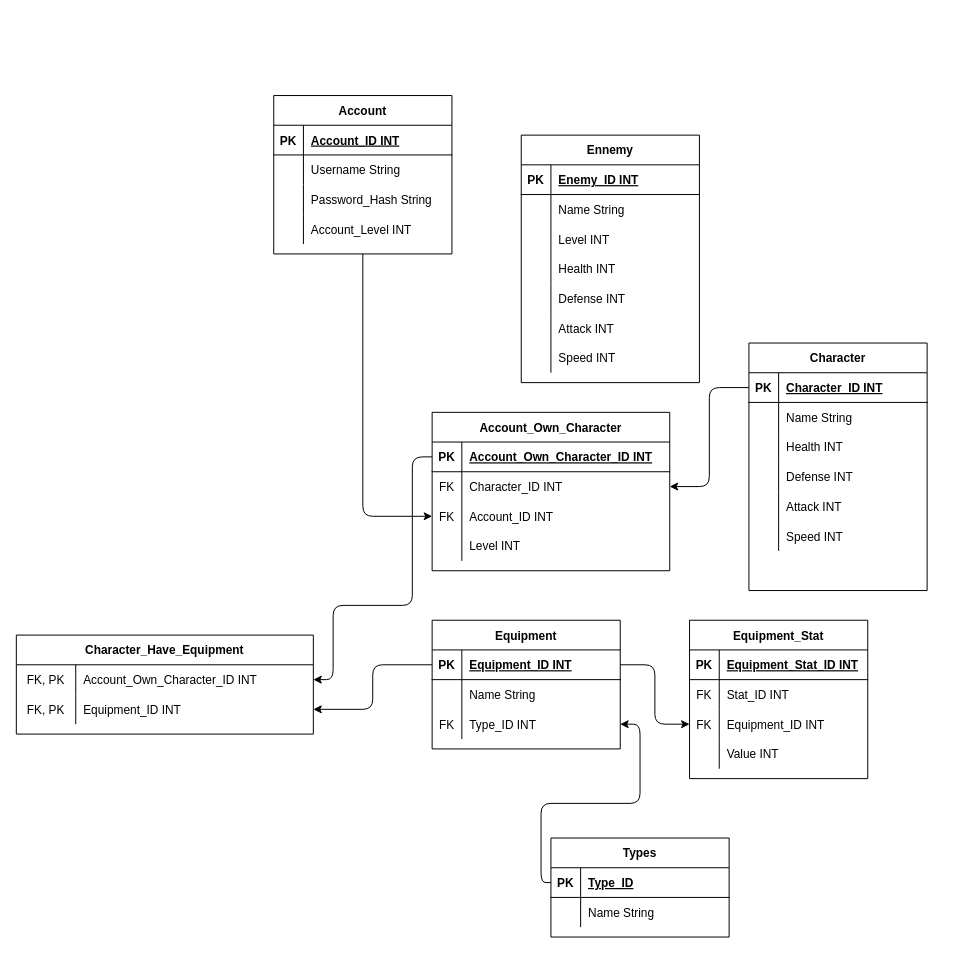
Earlier version of the draw.io diagram Documentation/MLD.drawio (Nomeos/Code-TimeRewind). Source tidied: cells renumbered, new cells numbered last; positions are measured from the earlier drawing's top-left corner, leaving out a move shared by most shapes. Both pictures are drawn from the tidied source at 99%, with x=0, y=0 at pixel (16, 95).
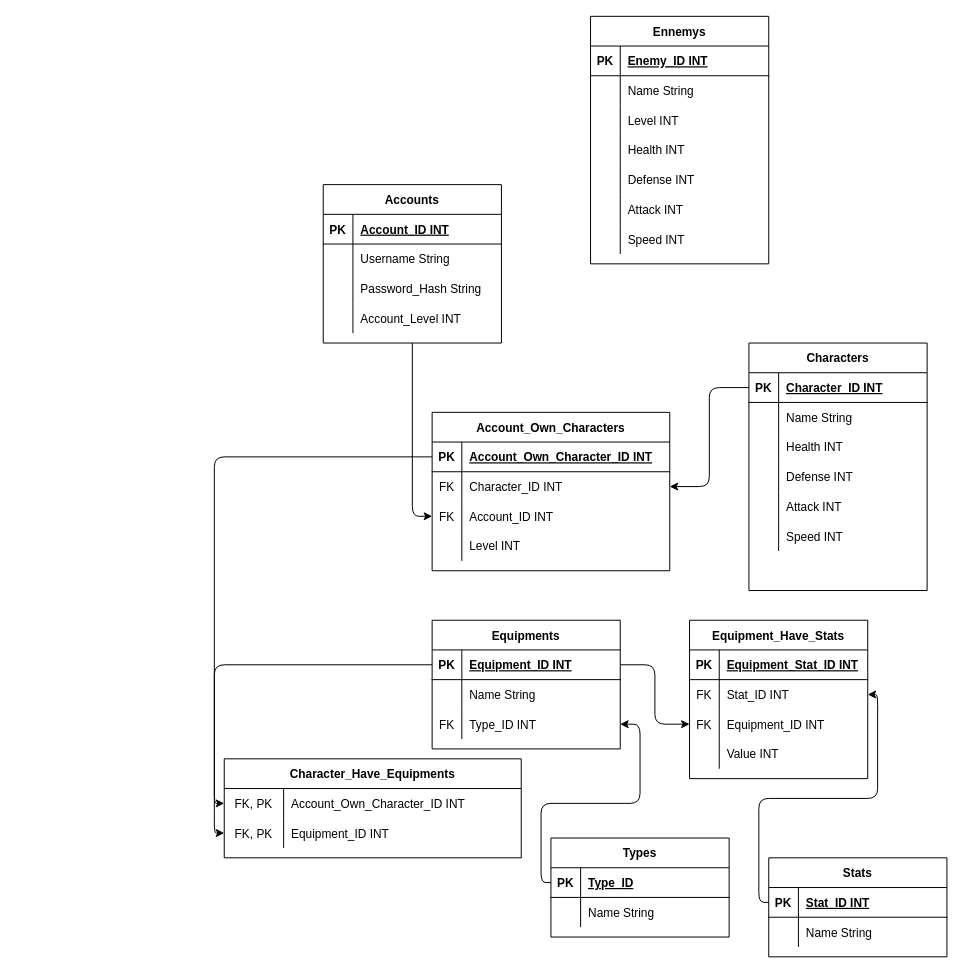
After the change.

Unchanged cells that the change refers to:
```xml
<mxCell id="57" style="shape=partialRectangle;fillColor=none;top=0;left=0;bottom=1;right=0;points=[[0,0.5],[1,0.5]];portConstraint=eastwest;" parent="56" vertex="1">
  <mxGeometry y="30" width="190" height="30" as="geometry" />
</mxCell>
<mxCell id="77" style="shape=partialRectangle;fillColor=none;top=0;left=0;bottom=0;right=0;points=[[0,0.5],[1,0.5]];portConstraint=eastwest;" parent="73" vertex="1">
  <mxGeometry y="60" width="180" height="30" as="geometry" />
</mxCell>
<mxCell id="90" style="shape=partialRectangle;fillColor=none;top=0;left=0;bottom=1;right=0;points=[[0,0.5],[1,0.5]];portConstraint=eastwest;" parent="89" vertex="1">
  <mxGeometry y="30" width="240" height="30" as="geometry" />
</mxCell>
<mxCell id="105" style="shape=partialRectangle;fillColor=none;top=0;left=0;bottom=0;right=0;points=[[0,0.5],[1,0.5]];portConstraint=eastwest;" parent="104" vertex="1">
  <mxGeometry y="30" width="300" height="30" as="geometry" />
</mxCell>
<mxCell id="108" style="shape=partialRectangle;fillColor=none;top=0;left=0;bottom=0;right=0;points=[[0,0.5],[1,0.5]];portConstraint=eastwest;" parent="104" vertex="1">
  <mxGeometry y="60" width="300" height="30" as="geometry" />
</mxCell>
```

Change to the diagram source:
```diff
@@
-    <mxCell id="2" value="Account" style="shape=table;startSize=30;childLayout=tableLayout;rowLines=0;fontStyle=1;align=center;" parent="1" vertex="1">
-      <mxGeometry x="260" width="180" height="160" as="geometry" />
+    <mxCell id="2" value="Accounts" style="shape=table;startSize=30;childLayout=tableLayout;rowLines=0;fontStyle=1;align=center;" parent="1" vertex="1">
+      <mxGeometry x="310" y="90" width="180" height="160" as="geometry" />
     </mxCell>
@@
-    <mxCell id="15" value="Character" style="shape=table;startSize=30;childLayout=tableLayout;rowLines=0;fontStyle=1;align=center;" parent="1" vertex="1">
+    <mxCell id="15" value="Characters" style="shape=table;startSize=30;childLayout=tableLayout;rowLines=0;fontStyle=1;align=center;" parent="1" vertex="1">
       <mxGeometry x="740" y="250" width="180" height="250" as="geometry" />
     </mxCell>
@@
-    <mxCell id="34" value="Ennemy" style="shape=table;startSize=30;childLayout=tableLayout;rowLines=0;fontStyle=1;align=center;" parent="1" vertex="1">
-      <mxGeometry x="510" y="40" width="180" height="250" as="geometry" />
+    <mxCell id="34" value="Ennemys" style="shape=table;startSize=30;childLayout=tableLayout;rowLines=0;fontStyle=1;align=center;" parent="1" vertex="1">
+      <mxGeometry x="580" y="-80" width="180" height="250" as="geometry" />
     </mxCell>
@@
-    <mxCell id="56" value="Equipment" style="shape=table;startSize=30;childLayout=tableLayout;rowLines=0;fontStyle=1;align=center;" parent="1" vertex="1">
+    <mxCell id="56" value="Equipments" style="shape=table;startSize=30;childLayout=tableLayout;rowLines=0;fontStyle=1;align=center;" parent="1" vertex="1">
       <mxGeometry x="420" y="530" width="190" height="130" as="geometry" />
     </mxCell>
@@
-    <mxCell id="73" value="Equipment_Stat" style="shape=table;startSize=30;childLayout=tableLayout;rowLines=0;fontStyle=1;align=center;" parent="1" vertex="1">
+    <mxCell id="73" value="Equipment_Have_Stats" style="shape=table;startSize=30;childLayout=tableLayout;rowLines=0;fontStyle=1;align=center;" parent="1" vertex="1">
       <mxGeometry x="680" y="530" width="180" height="160" as="geometry" />
     </mxCell>
@@
-    <mxCell id="88" style="endArrow=classic;html=1;entryX=1;entryY=0.5;entryDx=0;entryDy=0;edgeStyle=orthogonalEdgeStyle;exitX=0;exitY=0.5;exitDx=0;exitDy=0;" parent="1" edge="1" source="57" target="108">
-      <mxGeometry relative="1" as="geometry" />
-    </mxCell>
-    <mxCell id="89" value="Account_Own_Character" style="shape=table;startSize=30;childLayout=tableLayout;rowLines=0;fontStyle=1;align=center;" parent="1" vertex="1">
+    <mxCell id="89" value="Account_Own_Characters" style="shape=table;startSize=30;childLayout=tableLayout;rowLines=0;fontStyle=1;align=center;" parent="1" vertex="1">
       <mxGeometry x="420" y="320" width="240" height="160" as="geometry" />
     </mxCell>
@@
-    <mxCell id="104" value="Character_Have_Equipment" style="shape=table;startSize=30;childLayout=tableLayout;rowLines=0;fontStyle=1;align=center;" parent="1" vertex="1">
-      <mxGeometry y="545" width="300" height="100" as="geometry" />
+    <mxCell id="104" value="Character_Have_Equipments" style="shape=table;startSize=30;childLayout=tableLayout;rowLines=0;fontStyle=1;align=center;" parent="1" vertex="1">
+      <mxGeometry x="210" y="670" width="300" height="100" as="geometry" />
     </mxCell>
@@
-    <mxCell id="111" style="endArrow=classic;html=1;edgeStyle=orthogonalEdgeStyle;exitX=0;exitY=0.5;exitDx=0;exitDy=0;entryX=1;entryY=0.5;entryDx=0;entryDy=0;" parent="1" edge="1" source="90" target="105">
-      <mxGeometry relative="1" as="geometry">
-        <Array as="points">
-          <mxPoint x="400" y="365" />
-          <mxPoint x="400" y="515" />
-          <mxPoint x="320" y="515" />
-          <mxPoint x="320" y="590" />
-        </Array>
-      </mxGeometry>
-    </mxCell>
+    <mxCell id="112" value="Stats" style="shape=table;startSize=30;childLayout=tableLayout;rowLines=0;fontStyle=1;align=center;" parent="1" vertex="1">
+      <mxGeometry x="760" y="770" width="180" height="100" as="geometry" />
+    </mxCell>
+    <mxCell id="113" style="shape=partialRectangle;fillColor=none;top=0;left=0;bottom=1;right=0;points=[[0,0.5],[1,0.5]];portConstraint=eastwest;" parent="112" vertex="1">
+      <mxGeometry y="30" width="180" height="30" as="geometry" />
+    </mxCell>
+    <mxCell id="114" value="PK" style="shape=partialRectangle;fillColor=none;top=0;left=0;bottom=0;right=0;fontStyle=1;overflow=hidden;" parent="113" vertex="1">
+      <mxGeometry width="30" height="30" as="geometry" />
+    </mxCell>
+    <mxCell id="115" value="Stat_ID INT" style="shape=partialRectangle;fillColor=none;top=0;left=0;bottom=0;right=0;align=left;spacingLeft=6;fontStyle=5;overflow=hidden;" parent="113" vertex="1">
+      <mxGeometry x="30" width="150" height="30" as="geometry" />
+    </mxCell>
+    <mxCell id="116" style="shape=partialRectangle;fillColor=none;top=0;left=0;bottom=0;right=0;" parent="112" vertex="1">
+      <mxGeometry y="60" width="180" height="30" as="geometry" />
+    </mxCell>
+    <mxCell id="117" style="shape=partialRectangle;fillColor=none;top=0;left=0;bottom=0;right=0;overflow=hidden;" parent="116" vertex="1">
+      <mxGeometry width="30" height="30" as="geometry" />
+    </mxCell>
+    <mxCell id="118" value="Name String" style="shape=partialRectangle;fillColor=none;top=0;left=0;bottom=0;right=0;align=left;spacingLeft=6;overflow=hidden;" parent="116" vertex="1">
+      <mxGeometry x="30" width="150" height="30" as="geometry" />
+    </mxCell>
+    <mxCell id="119" style="endArrow=classic;html=1;exitX=0;exitY=0.5;exitDx=0;exitDy=0;entryX=1;entryY=0.5;entryDx=0;entryDy=0;edgeStyle=orthogonalEdgeStyle;" parent="1" edge="1" source="113" target="77">
+      <mxGeometry relative="1" as="geometry" />
+    </mxCell>
+    <mxCell id="120" style="endArrow=classic;html=1;entryX=0;entryY=0.5;entryDx=0;entryDy=0;exitX=0;exitY=0.5;exitDx=0;exitDy=0;edgeStyle=orthogonalEdgeStyle;" parent="1" edge="1" source="57" target="105">
+      <mxGeometry relative="1" as="geometry" />
+    </mxCell>
+    <mxCell id="121" style="endArrow=classic;html=1;entryX=0;entryY=0.5;entryDx=0;entryDy=0;exitX=0;exitY=0.5;exitDx=0;exitDy=0;edgeStyle=orthogonalEdgeStyle;" parent="1" edge="1" source="90" target="108">
+      <mxGeometry relative="1" as="geometry" />
+    </mxCell>
```
